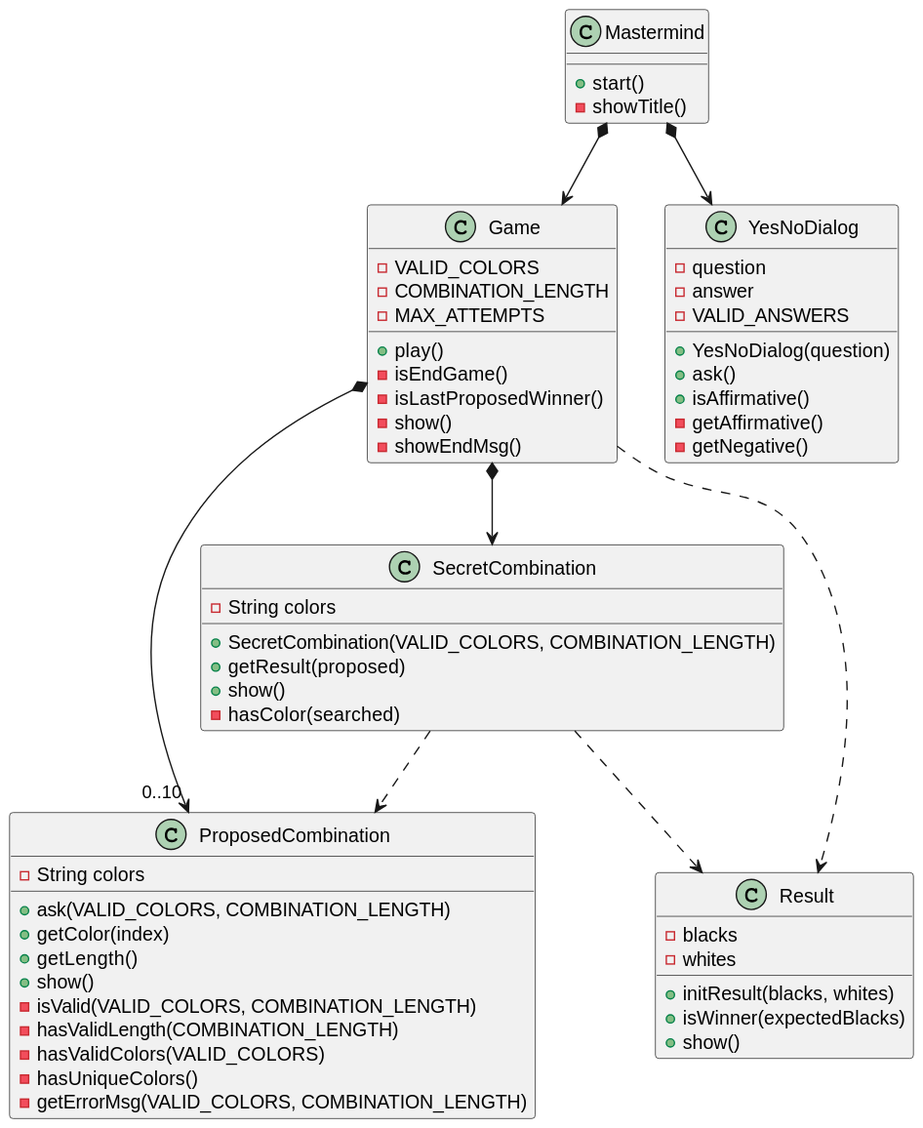
This is docs/dev-resume/analysis.svg from PabloMartinFluvia/myGame-mastermind, a PlantUML export, as it was before one commit.
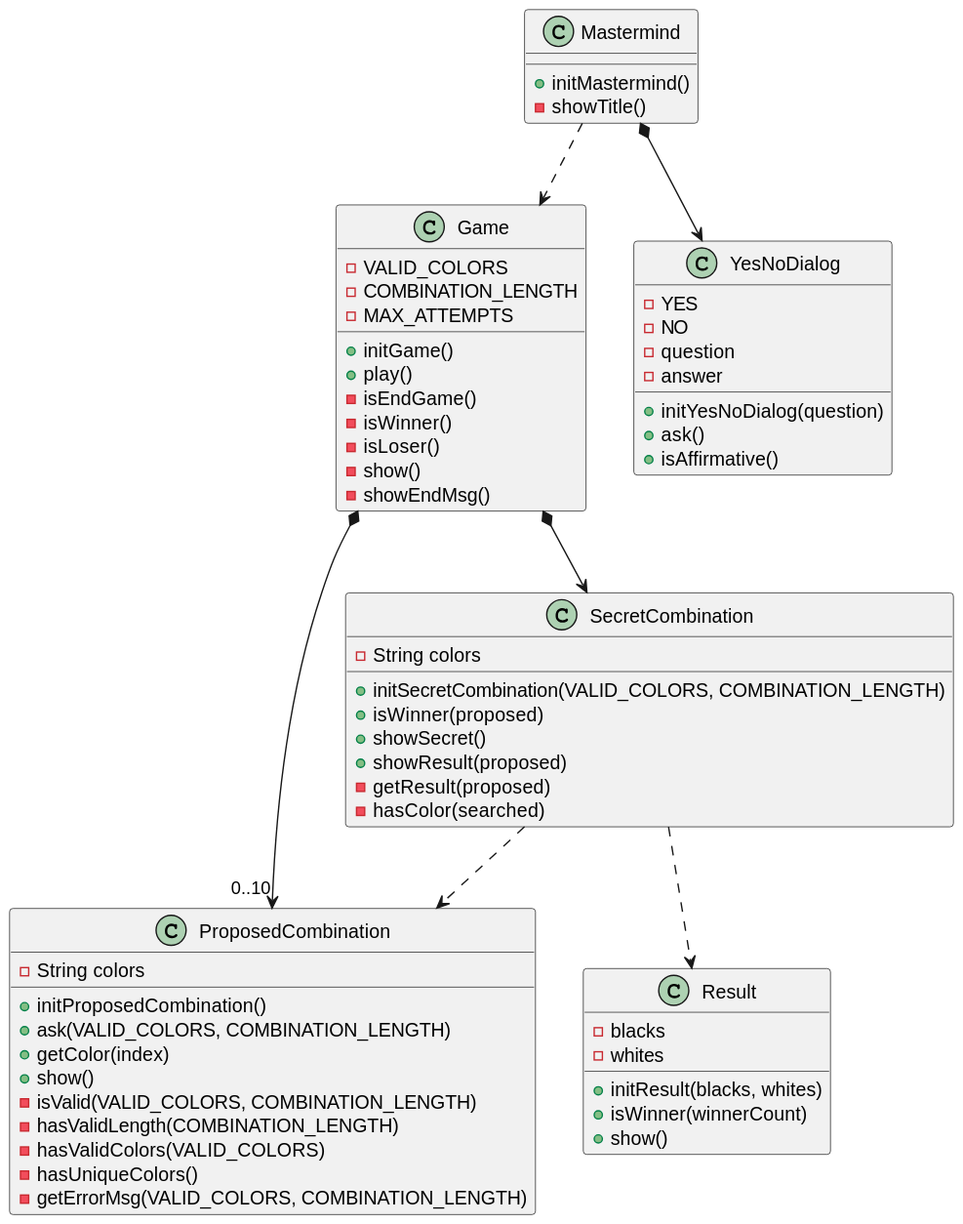
After the commit.

What changed in the source:
```diff
@@ -1,10 +1,10 @@
 @startuml
 class Mastermind{
 
-    + start()
+    + initMastermind()
     - showTitle()
 }
-Mastermind *--> Game
+Mastermind ..> Game
 Mastermind *--> YesNoDialog
 
 class Game{
@@ -12,22 +12,25 @@
     - COMBINATION_LENGTH
     - MAX_ATTEMPTS
 
+    + initGame()
     + play()
     - isEndGame()
-    - isLastProposedWinner()
+    - isWinner()
+    - isLoser()
     - show()
     - showEndMsg()
 }
 Game *--> SecretCombination
 Game *--> "0..10" ProposedCombination
-Game ..> Result
 
 class SecretCombination{
     - String colors
 
-    + SecretCombination(VALID_COLORS, COMBINATION_LENGTH)
-    + getResult(proposed)
-    + show()
+    + initSecretCombination(VALID_COLORS, COMBINATION_LENGTH)
+    + isWinner(proposed)
+    + showSecret()
+    + showResult(proposed)
+    - getResult(proposed)
     - hasColor(searched)
 }
 SecretCombination .down.> ProposedCombination
@@ -36,9 +39,9 @@
 class ProposedCombination{
     - String colors
 
+    + initProposedCombination()
     + ask(VALID_COLORS, COMBINATION_LENGTH)
     + getColor(index)
-    + getLength()
     + show()
     - isValid(VALID_COLORS, COMBINATION_LENGTH)
     - hasValidLength(COMBINATION_LENGTH)
@@ -52,19 +55,18 @@
     -whites
 
     + initResult(blacks, whites)
-    + isWinner(expectedBlacks)
+    + isWinner(winnerCount)
     + show()
 }
 
 class YesNoDialog {
+    - YES
+    - NO
     - question
     - answer
-    - VALID_ANSWERS
 
-    +YesNoDialog(question)
+    + initYesNoDialog(question)
     + ask()
     + isAffirmative()
-    - getAffirmative()
-    - getNegative()
 }
 @enduml
```
